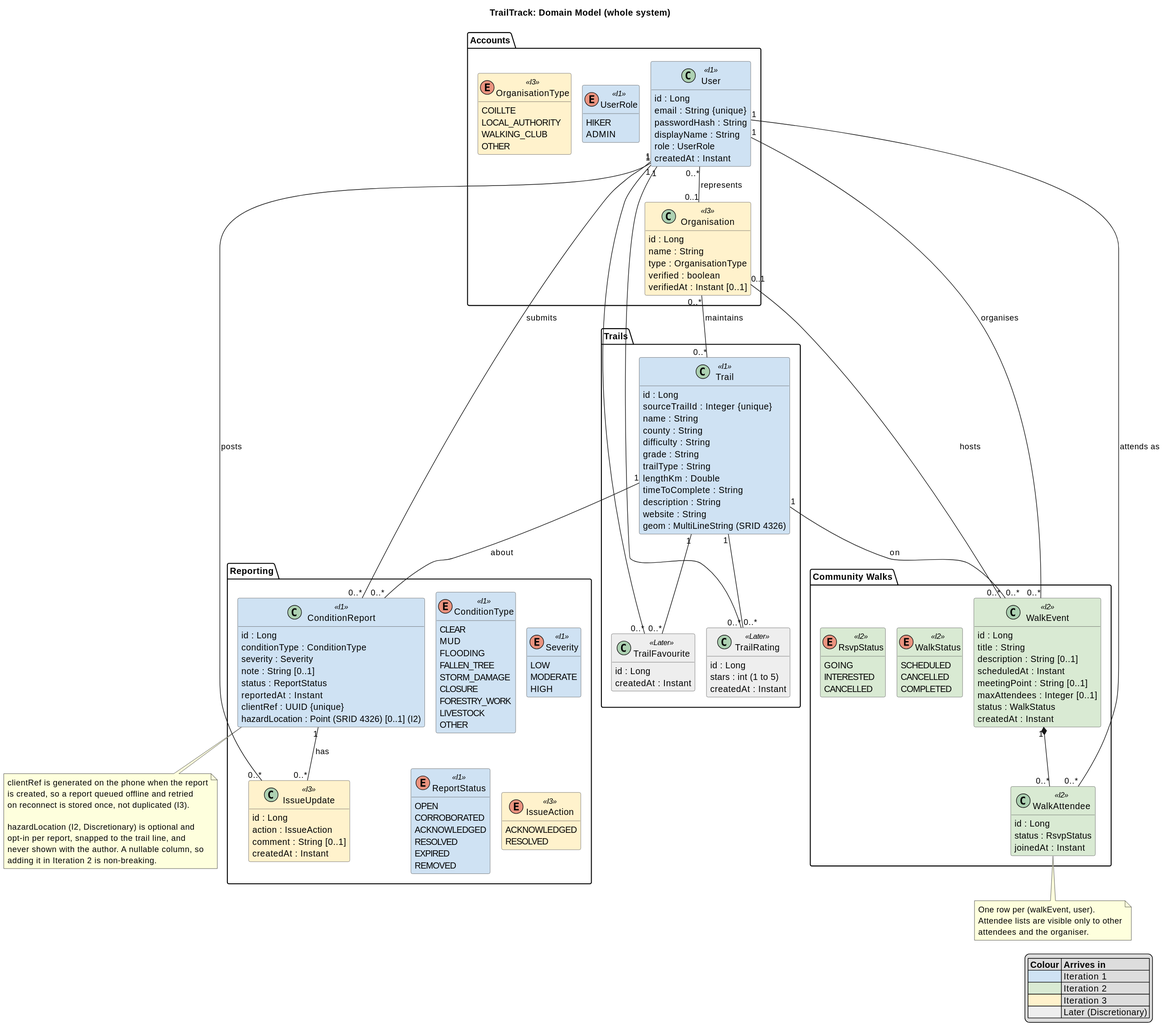
Markus-Bear/TrailTrack keeps this PlantUML diagram as docs/design/rendered/domain-model.svg. Above is the earlier version.
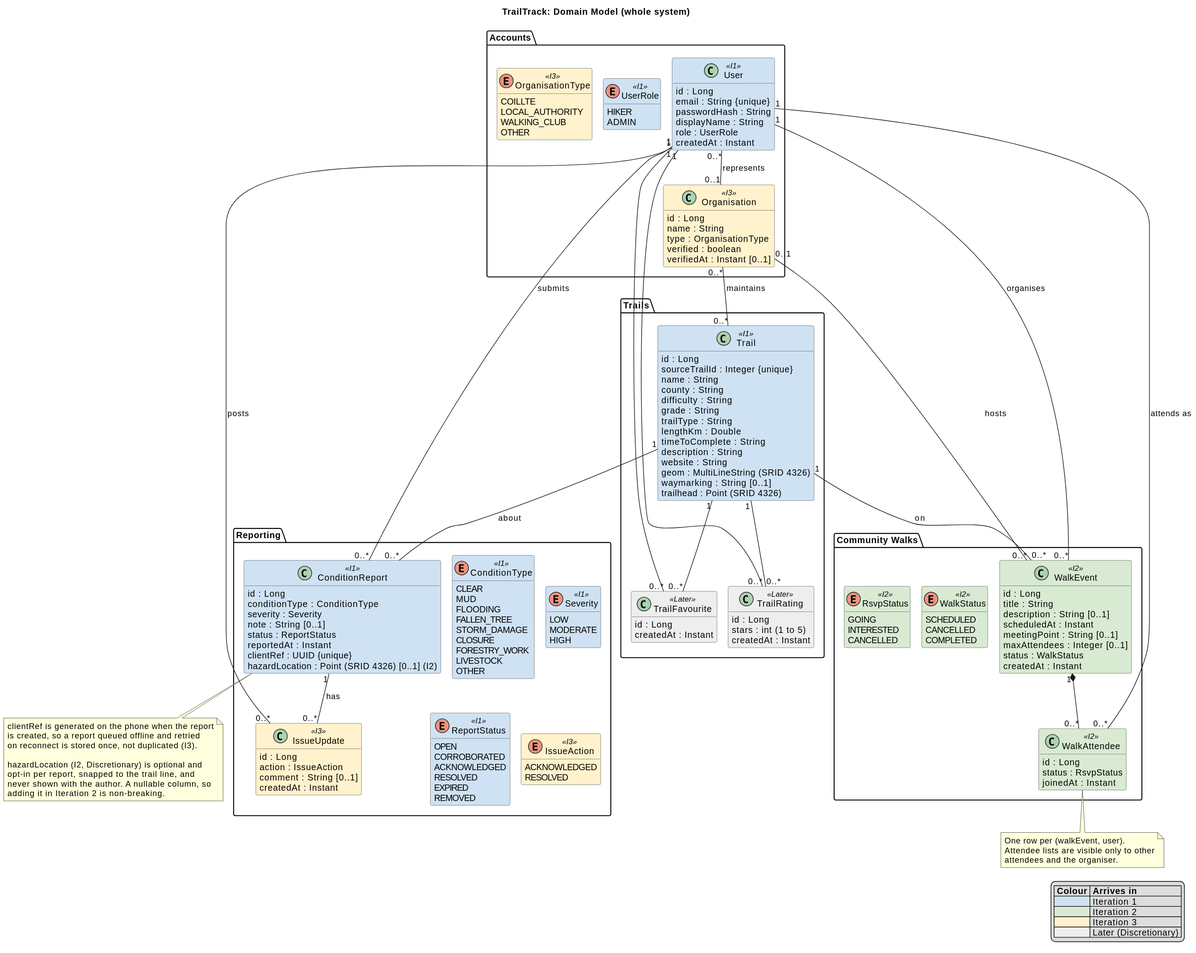
The same diagram one commit later.

Change to the diagram source:
```diff
@@ -58,6 +58,8 @@
     description : String
     website : String
     {field} geom : MultiLineString (SRID 4326)
+    waymarking : String [0..1]
+    {field} trailhead : Point (SRID 4326)
   }
 
   class TrailRating <<Later>> {
```
